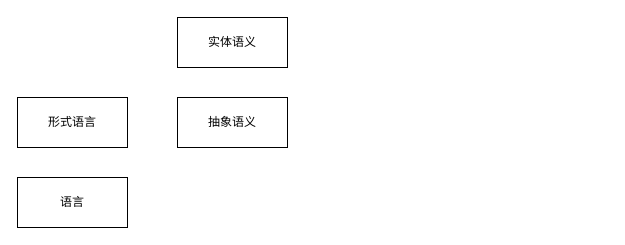
The draw.io diagram page "语言" (2 of 2) of base_model/语言.drawio in cyxm/CodeGenerator, before the edit. Source tidied: cells renumbered, new cells numbered last; positions are measured from the earlier drawing's top-left corner, leaving out a move shared by most shapes. Both pictures are drawn from the tidied source at 100%, with x=0, y=0 at pixel (17, 17).
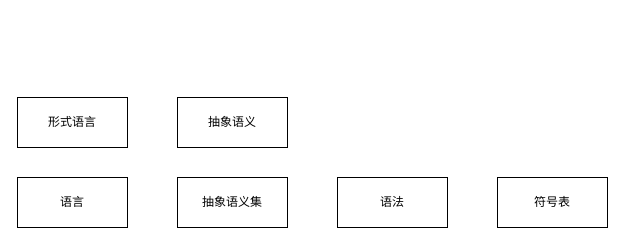
Above is the later version.

What changed in the source:
```diff
@@
 <mxGraphModel>
   <root>
     <mxCell id="0" />
     <mxCell id="1" parent="0" />
     <mxCell id="2" value="形式语言" style="html=1;whiteSpace=wrap;" parent="1" vertex="1">
       <mxGeometry y="80" width="110" height="50" as="geometry" />
     </mxCell>
     <mxCell id="3" value="语言" style="html=1;whiteSpace=wrap;" parent="1" vertex="1">
       <mxGeometry y="160" width="110" height="50" as="geometry" />
     </mxCell>
-    <mxCell id="4" value="实体语义" style="html=1;whiteSpace=wrap;" parent="1" vertex="1">
-      <mxGeometry x="160" width="110" height="50" as="geometry" />
-    </mxCell>
     <mxCell id="5" value="抽象语义" style="html=1;whiteSpace=wrap;" parent="1" vertex="1">
       <mxGeometry x="160" y="80" width="110" height="50" as="geometry" />
     </mxCell>
+    <mxCell id="6" value="抽象语义集" style="html=1;whiteSpace=wrap;" parent="1" vertex="1">
+      <mxGeometry x="160" y="160" width="110" height="50" as="geometry" />
+    </mxCell>
+    <mxCell id="7" value="语法" style="html=1;whiteSpace=wrap;" parent="1" vertex="1">
+      <mxGeometry x="320" y="160" width="110" height="50" as="geometry" />
+    </mxCell>
+    <mxCell id="8" value="符号表" style="html=1;whiteSpace=wrap;" parent="1" vertex="1">
+      <mxGeometry x="480" y="160" width="110" height="50" as="geometry" />
+    </mxCell>
   </root>
 </mxGraphModel>
```
